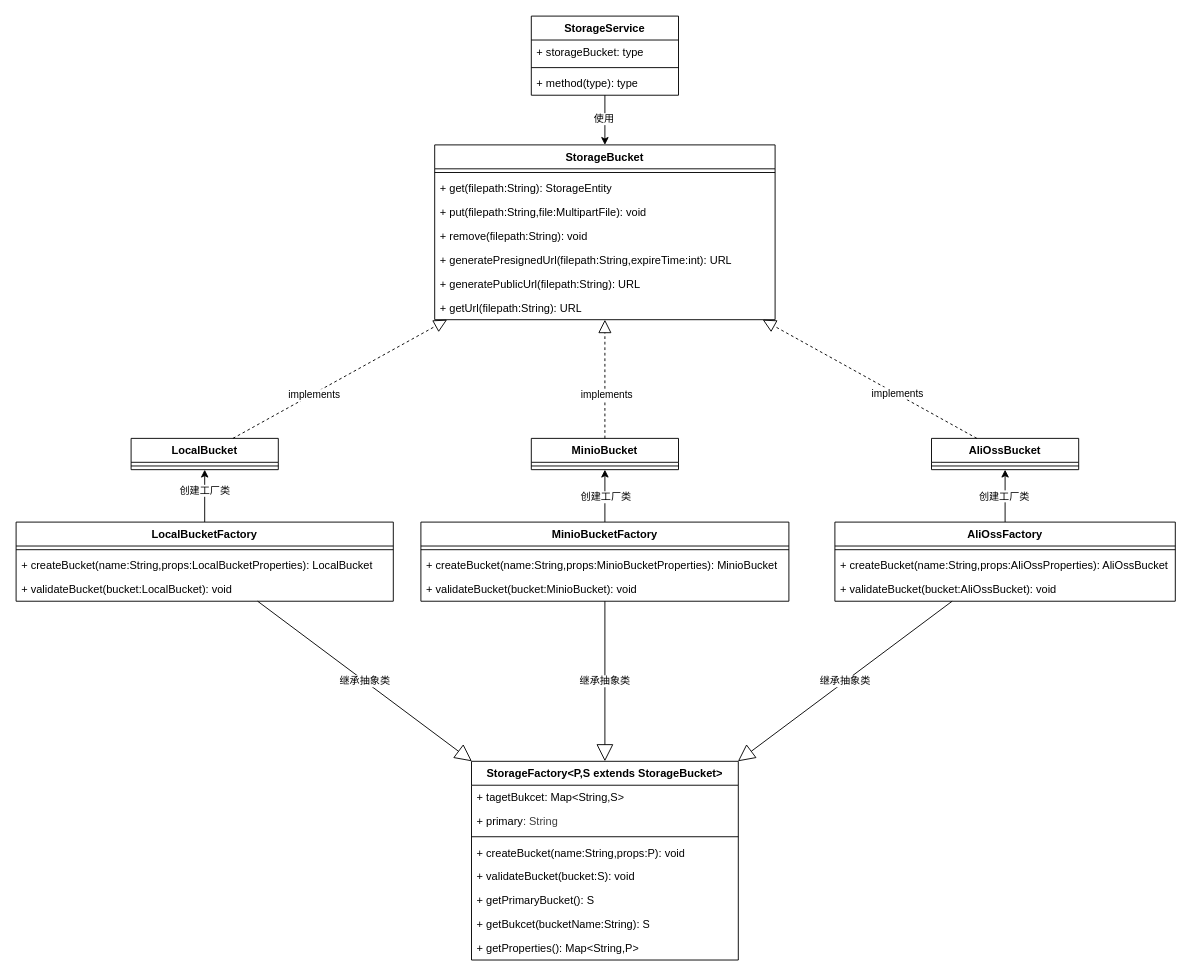
Earlier version of the draw.io diagram doc/文件系统-设计模式.drawio (Geek-XD/Ruoyi-Geek-SpringBoot3). Source tidied: cells renumbered, new cells numbered last; positions are measured from the earlier drawing's top-left corner, leaving out a move shared by most shapes. Both pictures are drawn from the tidied source at 92%, with x=0, y=0 at pixel (16, 16).
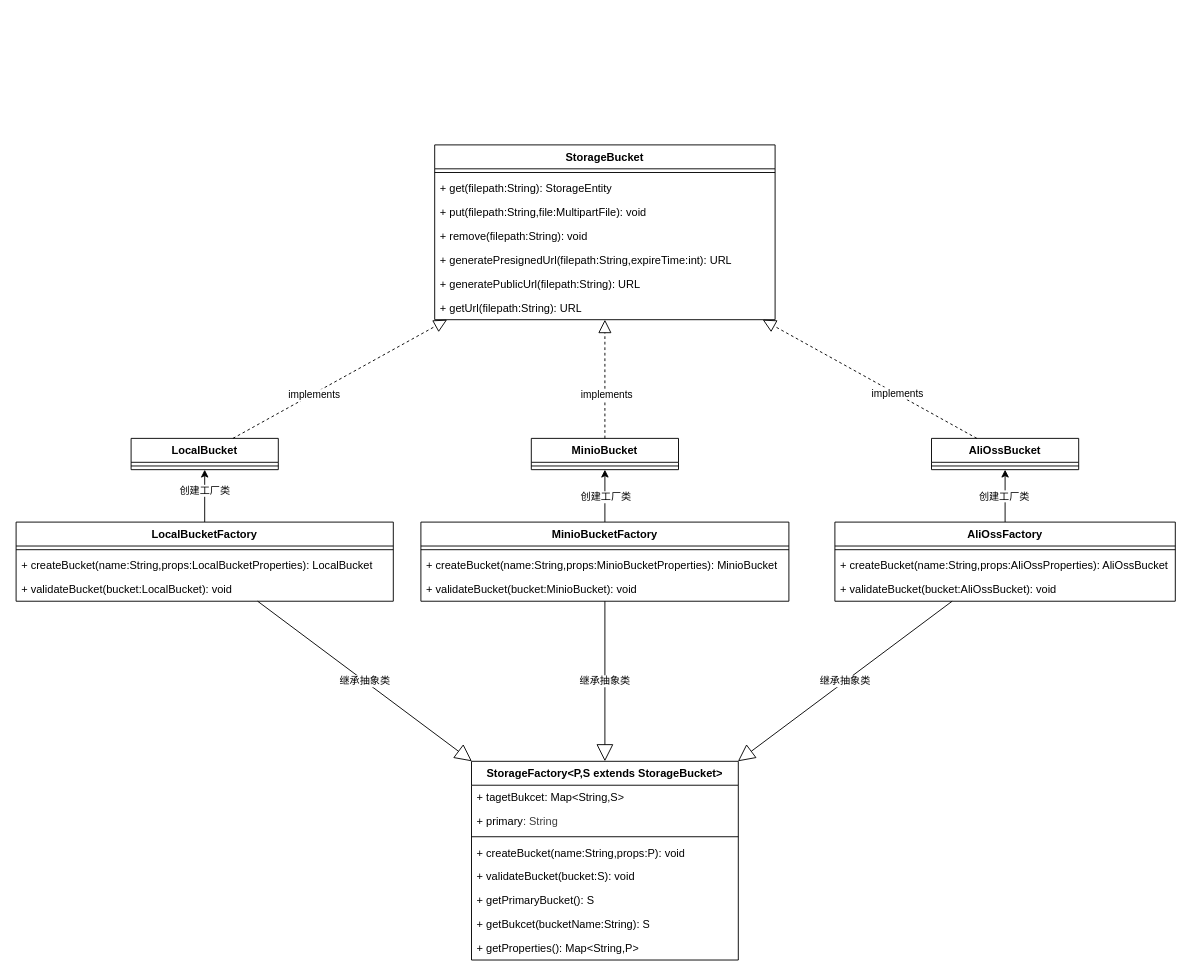
The same diagram, later.

Commit message (it also covers changes not shown here):
调整图纸和一些配置

Unchanged cells that the change refers to:
```xml
<mxCell id="8" value="StorageBucket" style="swimlane;fontStyle=1;align=center;verticalAlign=top;horizontal=1;startSize=26;whiteSpace=wrap;html=1;" parent="1" vertex="1">
  <mxGeometry x="455" y="140" width="370" height="190" as="geometry" />
</mxCell>
```

The edit, as a diff of the source:
```diff
@@
-    <mxCell id="2" style="edgeStyle=none;html=1;" parent="1" edge="1" source="4" target="8">
-      <mxGeometry relative="1" as="geometry" />
-    </mxCell>
-    <mxCell id="3" value="使用" style="edgeLabel;html=1;align=center;verticalAlign=middle;" parent="2" vertex="1">
-      <mxGeometry x="-0.06" y="-2" relative="1" as="geometry" />
-    </mxCell>
-    <mxCell id="4" value="StorageService" style="swimlane;fontStyle=1;align=center;verticalAlign=top;horizontal=1;startSize=26;whiteSpace=wrap;html=1;" parent="1" vertex="1">
-      <mxGeometry x="560" width="160" height="86" as="geometry" />
-    </mxCell>
-    <mxCell id="5" value="+ storageBucket: type" style="text;strokeColor=none;fillColor=none;align=left;verticalAlign=top;spacingLeft=4;spacingRight=4;overflow=hidden;whiteSpace=wrap;html=1;" parent="4" vertex="1">
-      <mxGeometry y="26" width="160" height="26" as="geometry" />
-    </mxCell>
-    <mxCell id="6" style="line;strokeWidth=1;fillColor=none;align=left;verticalAlign=middle;spacingTop=-1;spacingLeft=3;spacingRight=3;labelPosition=right;strokeColor=inherit;" parent="4" vertex="1">
-      <mxGeometry y="52" width="160" height="8" as="geometry" />
-    </mxCell>
-    <mxCell id="7" value="+ method(type): type" style="text;strokeColor=none;fillColor=none;align=left;verticalAlign=top;spacingLeft=4;spacingRight=4;overflow=hidden;whiteSpace=wrap;html=1;" parent="4" vertex="1">
-      <mxGeometry y="60" width="160" height="26" as="geometry" />
-    </mxCell>
```
